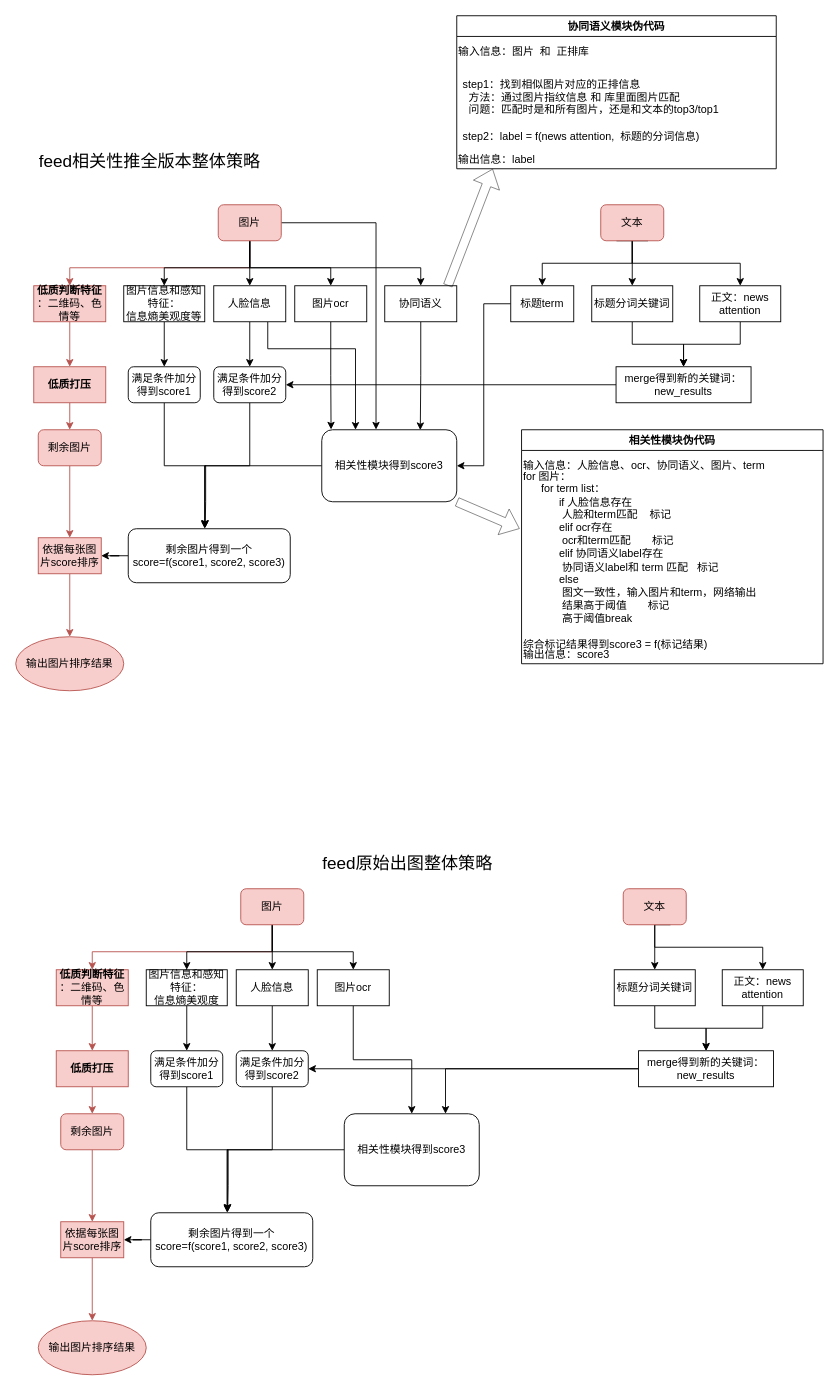
Above: feed出图.drawio in 2018liuyan/one (draw.io), before the change. Source tidied: cells renumbered, new cells numbered last; positions are measured from the earlier drawing's top-left corner, leaving out a move shared by most shapes. Both pictures are drawn from the tidied source at 90%, with x=0, y=0 at pixel (15, 15).
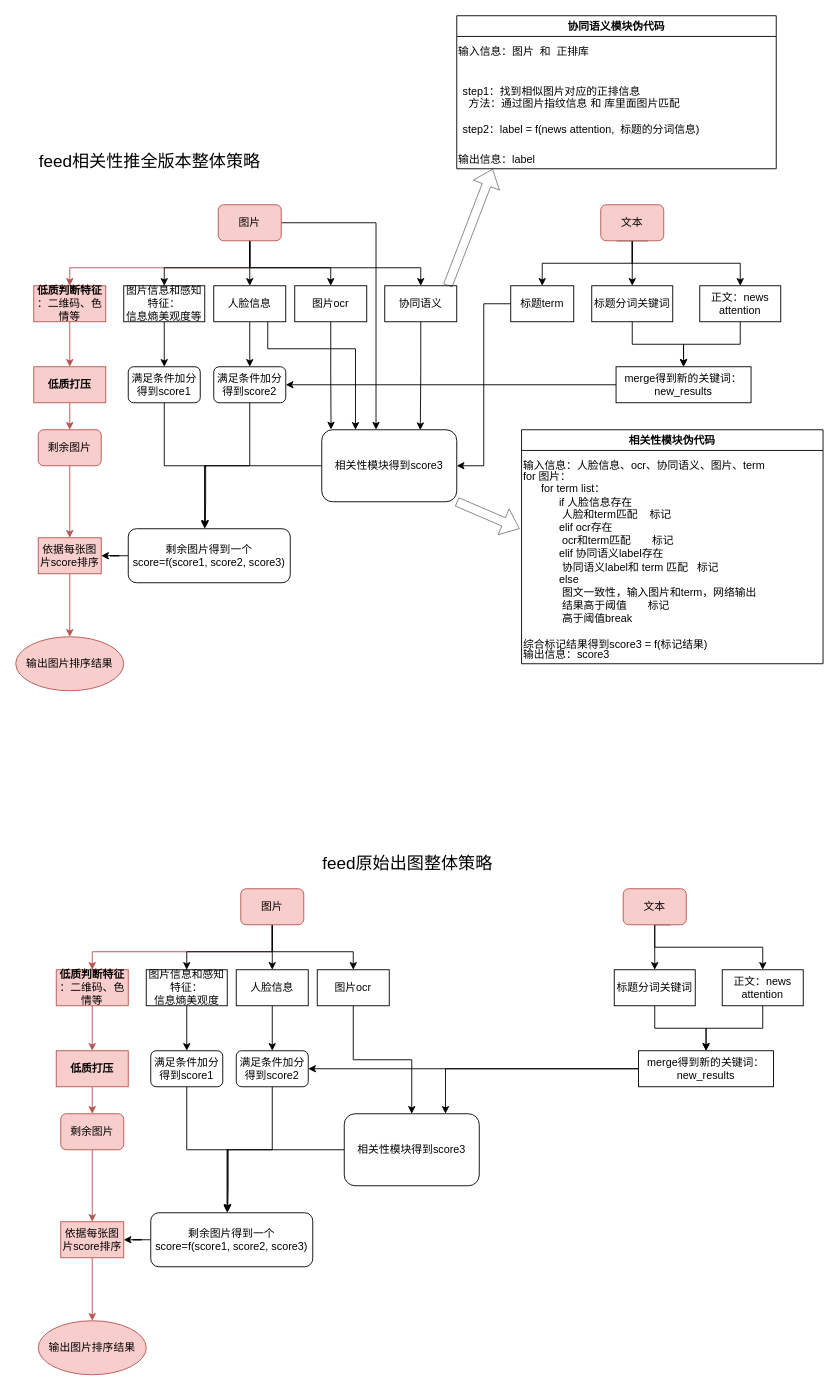
Above is the later version.

Unchanged cells that the change refers to:
```xml
<mxCell id="92" value="协同语义模块伪代码" style="swimlane;align=center;" parent="1" vertex="1">
  <mxGeometry x="490" width="355" height="170" as="geometry" />
</mxCell>
```

Change to the diagram source:
```diff
@@
-    <mxCell id="93" value="step1：找到相似图片对应的正排信息&lt;br&gt;&lt;span style=&quot;white-space: pre&quot;&gt; &lt;/span&gt;&lt;span style=&quot;white-space: pre&quot;&gt; &lt;/span&gt;方法：通过图片指纹信息 和 库里面图片匹配&lt;br&gt;&lt;span style=&quot;white-space: pre&quot;&gt; &lt;/span&gt;&lt;span style=&quot;white-space: pre&quot;&gt; &lt;/span&gt;问题：匹配时是和所有图片，还是和文本的top3/top1&lt;br&gt;&lt;br&gt;step2：label = f(news attention,&amp;nbsp; 标题的分词信息)&lt;br&gt;" style="text;html=1;align=left;verticalAlign=middle;strokeColor=none;fillColor=none;" parent="92" vertex="1">
-      <mxGeometry x="5" y="65" width="350" height="80" as="geometry" />
+    <mxCell id="93" value="step1：找到相似图片对应的正排信息&lt;br&gt;&lt;span style=&quot;white-space: pre&quot;&gt; &lt;/span&gt;&lt;span style=&quot;white-space: pre&quot;&gt; &lt;/span&gt;方法：通过图片指纹信息 和 库里面图片匹配&lt;br&gt;&lt;br&gt;step2：label = f(news attention,&amp;nbsp; 标题的分词信息)" style="text;html=1;align=left;verticalAlign=middle;strokeColor=none;fillColor=none;" parent="92" vertex="1">
+      <mxGeometry x="5" y="75" width="280" height="60" as="geometry" />
     </mxCell>
```
